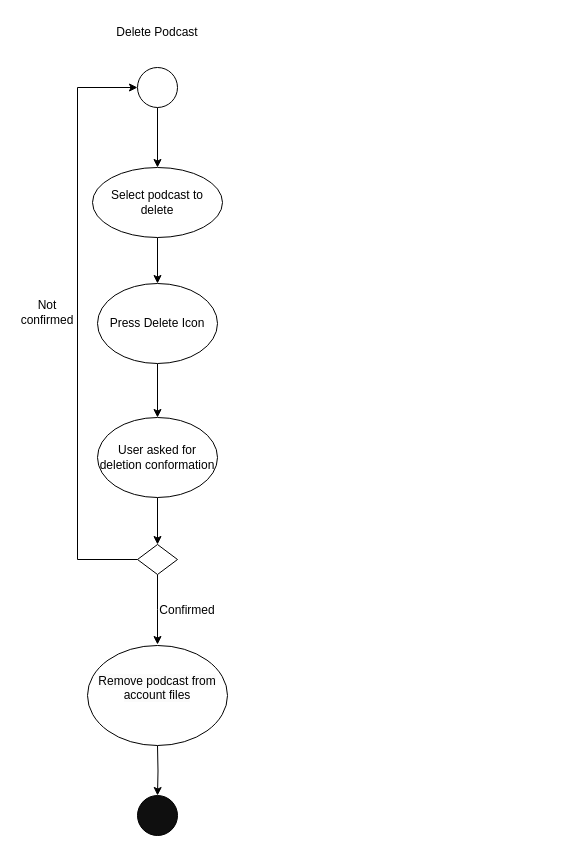
Glizzus/COMP-3700 keeps this draw.io diagram as delete_podcast_activity.drawio. Above is the earlier version. Source tidied: cells renumbered, new cells numbered last; positions are measured from the earlier drawing's top-left corner, leaving out a move shared by most shapes. Both pictures are drawn from the tidied source at 100%, with x=0, y=0 at pixel (17, 17).
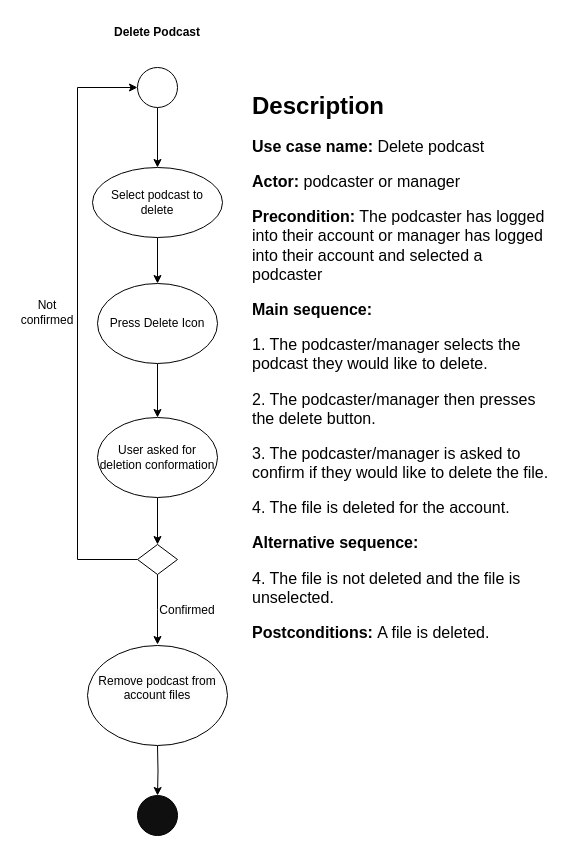
The same diagram, later.

Change to the diagram source:
```diff
@@
-    <mxCell id="14" value="Delete Podcast" style="text;html=1;strokeColor=none;fillColor=none;align=center;verticalAlign=middle;whiteSpace=wrap;rounded=0;" parent="1" vertex="1">
+    <mxCell id="14" value="&lt;b&gt;Delete Podcast&lt;/b&gt;" style="text;html=1;strokeColor=none;fillColor=none;align=center;verticalAlign=middle;whiteSpace=wrap;rounded=0;" parent="1" vertex="1">
       <mxGeometry x="80" width="120" height="30" as="geometry" />
     </mxCell>
@@
+    <mxCell id="19" value="&lt;h1&gt;&lt;br&gt;&lt;/h1&gt;&lt;h1 style=&quot;border-color: var(--border-color);&quot;&gt;Description&lt;/h1&gt;&lt;p style=&quot;border-color: var(--border-color); font-size: 16px;&quot;&gt;&lt;b&gt;Use case name:&lt;/b&gt; Delete podcast&lt;/p&gt;&lt;p style=&quot;border-color: var(--border-color); font-size: 16px;&quot;&gt;&lt;b&gt;Actor:&lt;/b&gt; podcaster or manager&lt;/p&gt;&lt;p style=&quot;border-color: var(--border-color); font-size: 16px;&quot;&gt;&lt;b&gt;Precondition:&lt;/b&gt; The podcaster has logged into their account or manager has logged into their account and selected a podcaster&lt;/p&gt;&lt;p style=&quot;border-color: var(--border-color); font-size: 16px;&quot;&gt;&lt;b&gt;Main sequence:&lt;/b&gt;&lt;/p&gt;&lt;p style=&quot;border-color: var(--border-color); font-size: 16px;&quot;&gt;1. The podcaster/manager selects the podcast they would like to delete.&amp;nbsp;&lt;/p&gt;&lt;p style=&quot;border-color: var(--border-color); font-size: 16px;&quot;&gt;2. The podcaster/manager then presses the delete button.&lt;/p&gt;&lt;p style=&quot;border-color: var(--border-color); font-size: 16px;&quot;&gt;3. The podcaster/manager is asked to confirm if they would like to delete the file.&lt;/p&gt;&lt;p style=&quot;border-color: var(--border-color); font-size: 16px;&quot;&gt;4. The file is deleted for the account.&lt;/p&gt;&lt;p style=&quot;border-color: var(--border-color); font-size: 16px;&quot;&gt;&lt;b&gt;Alternative sequence:&lt;/b&gt;&lt;/p&gt;&lt;p style=&quot;border-color: var(--border-color); font-size: 16px;&quot;&gt;4. The file is not deleted and the file is unselected.&amp;nbsp;&lt;/p&gt;&lt;p style=&quot;border-color: var(--border-color); font-size: 16px;&quot;&gt;&lt;b&gt;Postconditions: &lt;/b&gt;A file is deleted.&lt;/p&gt;" style="text;html=1;strokeColor=none;fillColor=none;spacing=5;spacingTop=-20;whiteSpace=wrap;overflow=hidden;rounded=0;" parent="1" vertex="1">
+      <mxGeometry x="230" y="24" width="310" height="626" as="geometry" />
+    </mxCell>
```
